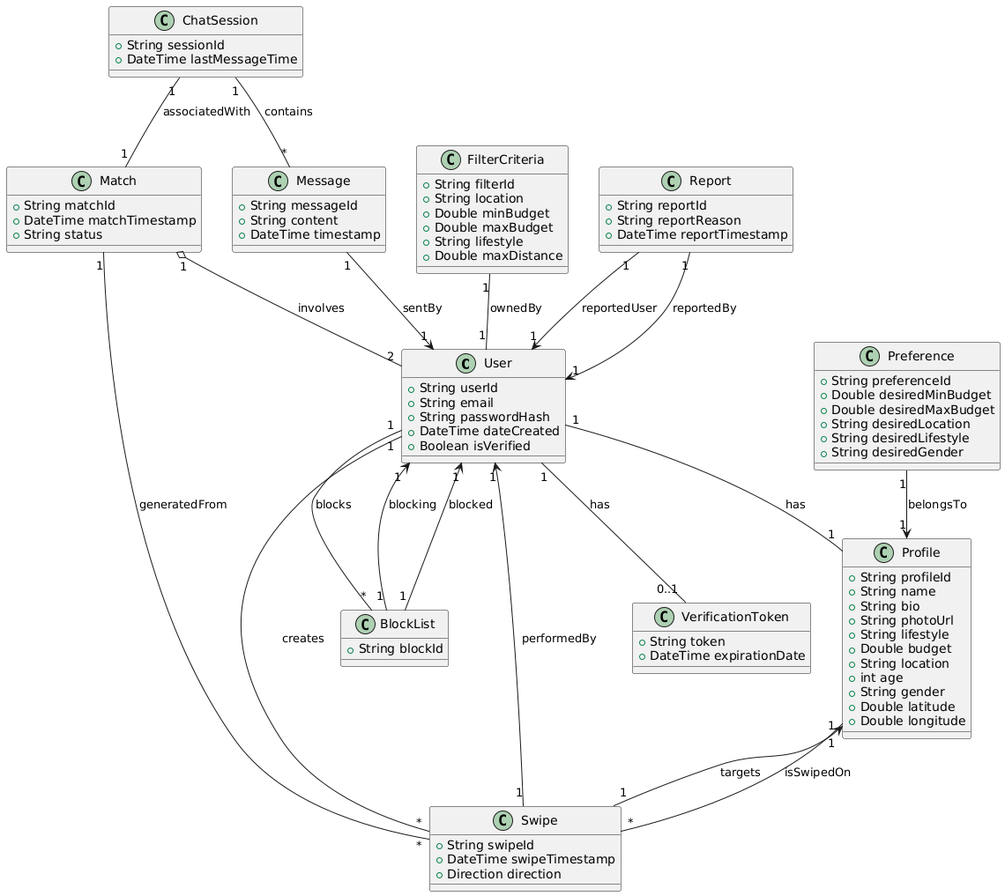
Above: domain_model.png in chrisgalanis/software_tech_ceid (PlantUML), before the change. Source of this version:
```plantuml
@startuml
class User {
    +String userId
    +String email
    +String passwordHash
    +DateTime dateCreated
    +Boolean isVerified
}

class VerificationToken {
    +String token
    +DateTime expirationDate
}

class Profile {
    +String profileId
    +String name
    +String bio
    +String photoUrl
    +String lifestyle
    +Double budget
    +String location
    +int age
    +String gender
    +Double latitude
    +Double longitude
}

class Preference {
    +String preferenceId
    +Double desiredMinBudget
    +Double desiredMaxBudget
    +String desiredLocation
    +String desiredLifestyle
    +String desiredGender
}

class Swipe {
    +String swipeId
    +DateTime swipeTimestamp
    +Direction direction
}

class Match {
    +String matchId
    +DateTime matchTimestamp
    +String status
}

class ChatSession {
    +String sessionId
    +DateTime lastMessageTime
}

class Message {
    +String messageId
    +String content
    +DateTime timestamp
}

class FilterCriteria {
    +String filterId
    +String location
    +Double minBudget
    +Double maxBudget
    +String lifestyle
    +Double maxDistance
}

class Report {
    +String reportId
    +String reportReason
    +DateTime reportTimestamp
}

class BlockList {
    +String blockId
}

User "1" -- "1" Profile : has
User "1" -- "*" Swipe : creates
User "1" -- "0..1" VerificationToken : has
User "1" -- "*" BlockList : blocks

Profile "1" -- "*" Swipe : isSwipedOn

Preference "1" --> "1" Profile : belongsTo

Swipe "1" --> "1" Profile : targets
Swipe "1" --> "1" User : performedBy

Match "1" o-- "2" User : involves
Match "1" -- "*" Swipe : generatedFrom

ChatSession "1" -- "1" Match : associatedWith
ChatSession "1" -- "*" Message : contains

Message "1" --> "1" User : sentBy

FilterCriteria "1" -- "1" User : ownedBy

Report "1" --> "1" User : reportedUser
Report "1" --> "1" User : reportedBy

BlockList "1" --> "1" User : blocking
BlockList "1" --> "1" User : blocked
@enduml
```
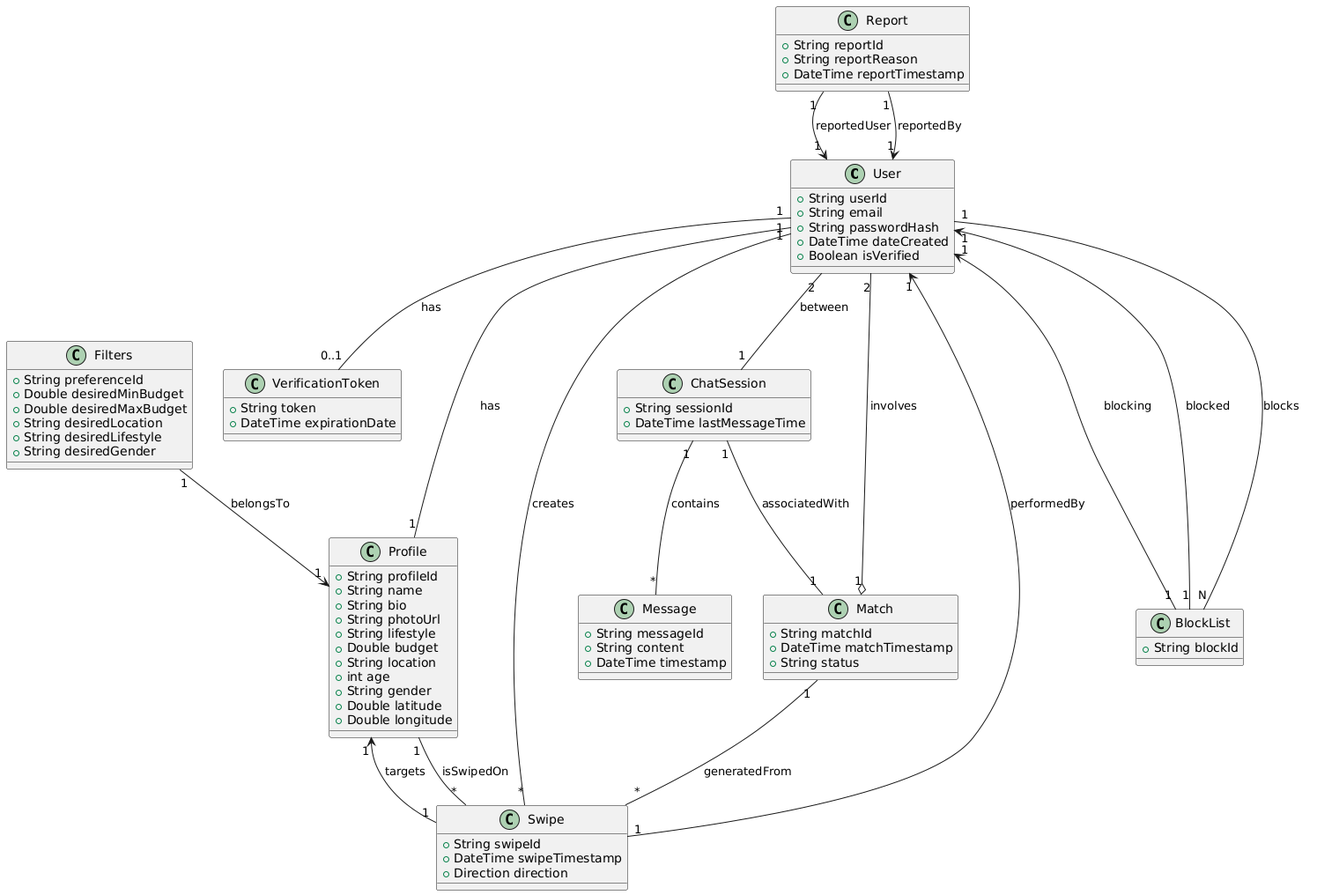
After the commit.

Commit message:
2nd domain model diagram

Change to the diagram source:
```diff
@@ -26,7 +26,7 @@
     +Double longitude
 }
 
-class Preference {
+class Filters {
     +String preferenceId
     +Double desiredMinBudget
     +Double desiredMaxBudget
@@ -58,15 +58,6 @@
     +DateTime timestamp
 }
 
-class FilterCriteria {
-    +String filterId
-    +String location
-    +Double minBudget
-    +Double maxBudget
-    +String lifestyle
-    +Double maxDistance
-}
-
 class Report {
     +String reportId
     +String reportReason
@@ -80,11 +71,12 @@
 User "1" -- "1" Profile : has
 User "1" -- "*" Swipe : creates
 User "1" -- "0..1" VerificationToken : has
-User "1" -- "*" BlockList : blocks
+User "1" --- "N" BlockList : blocks
+User "2" -- "1" ChatSession : between
 
 Profile "1" -- "*" Swipe : isSwipedOn
 
-Preference "1" --> "1" Profile : belongsTo
+Filters "1" --> "1" Profile : belongsTo
 
 Swipe "1" --> "1" Profile : targets
 Swipe "1" --> "1" User : performedBy
@@ -95,9 +87,6 @@
 ChatSession "1" -- "1" Match : associatedWith
 ChatSession "1" -- "*" Message : contains
 
-Message "1" --> "1" User : sentBy
-
-FilterCriteria "1" -- "1" User : ownedBy
 
 Report "1" --> "1" User : reportedUser
 Report "1" --> "1" User : reportedBy
```
